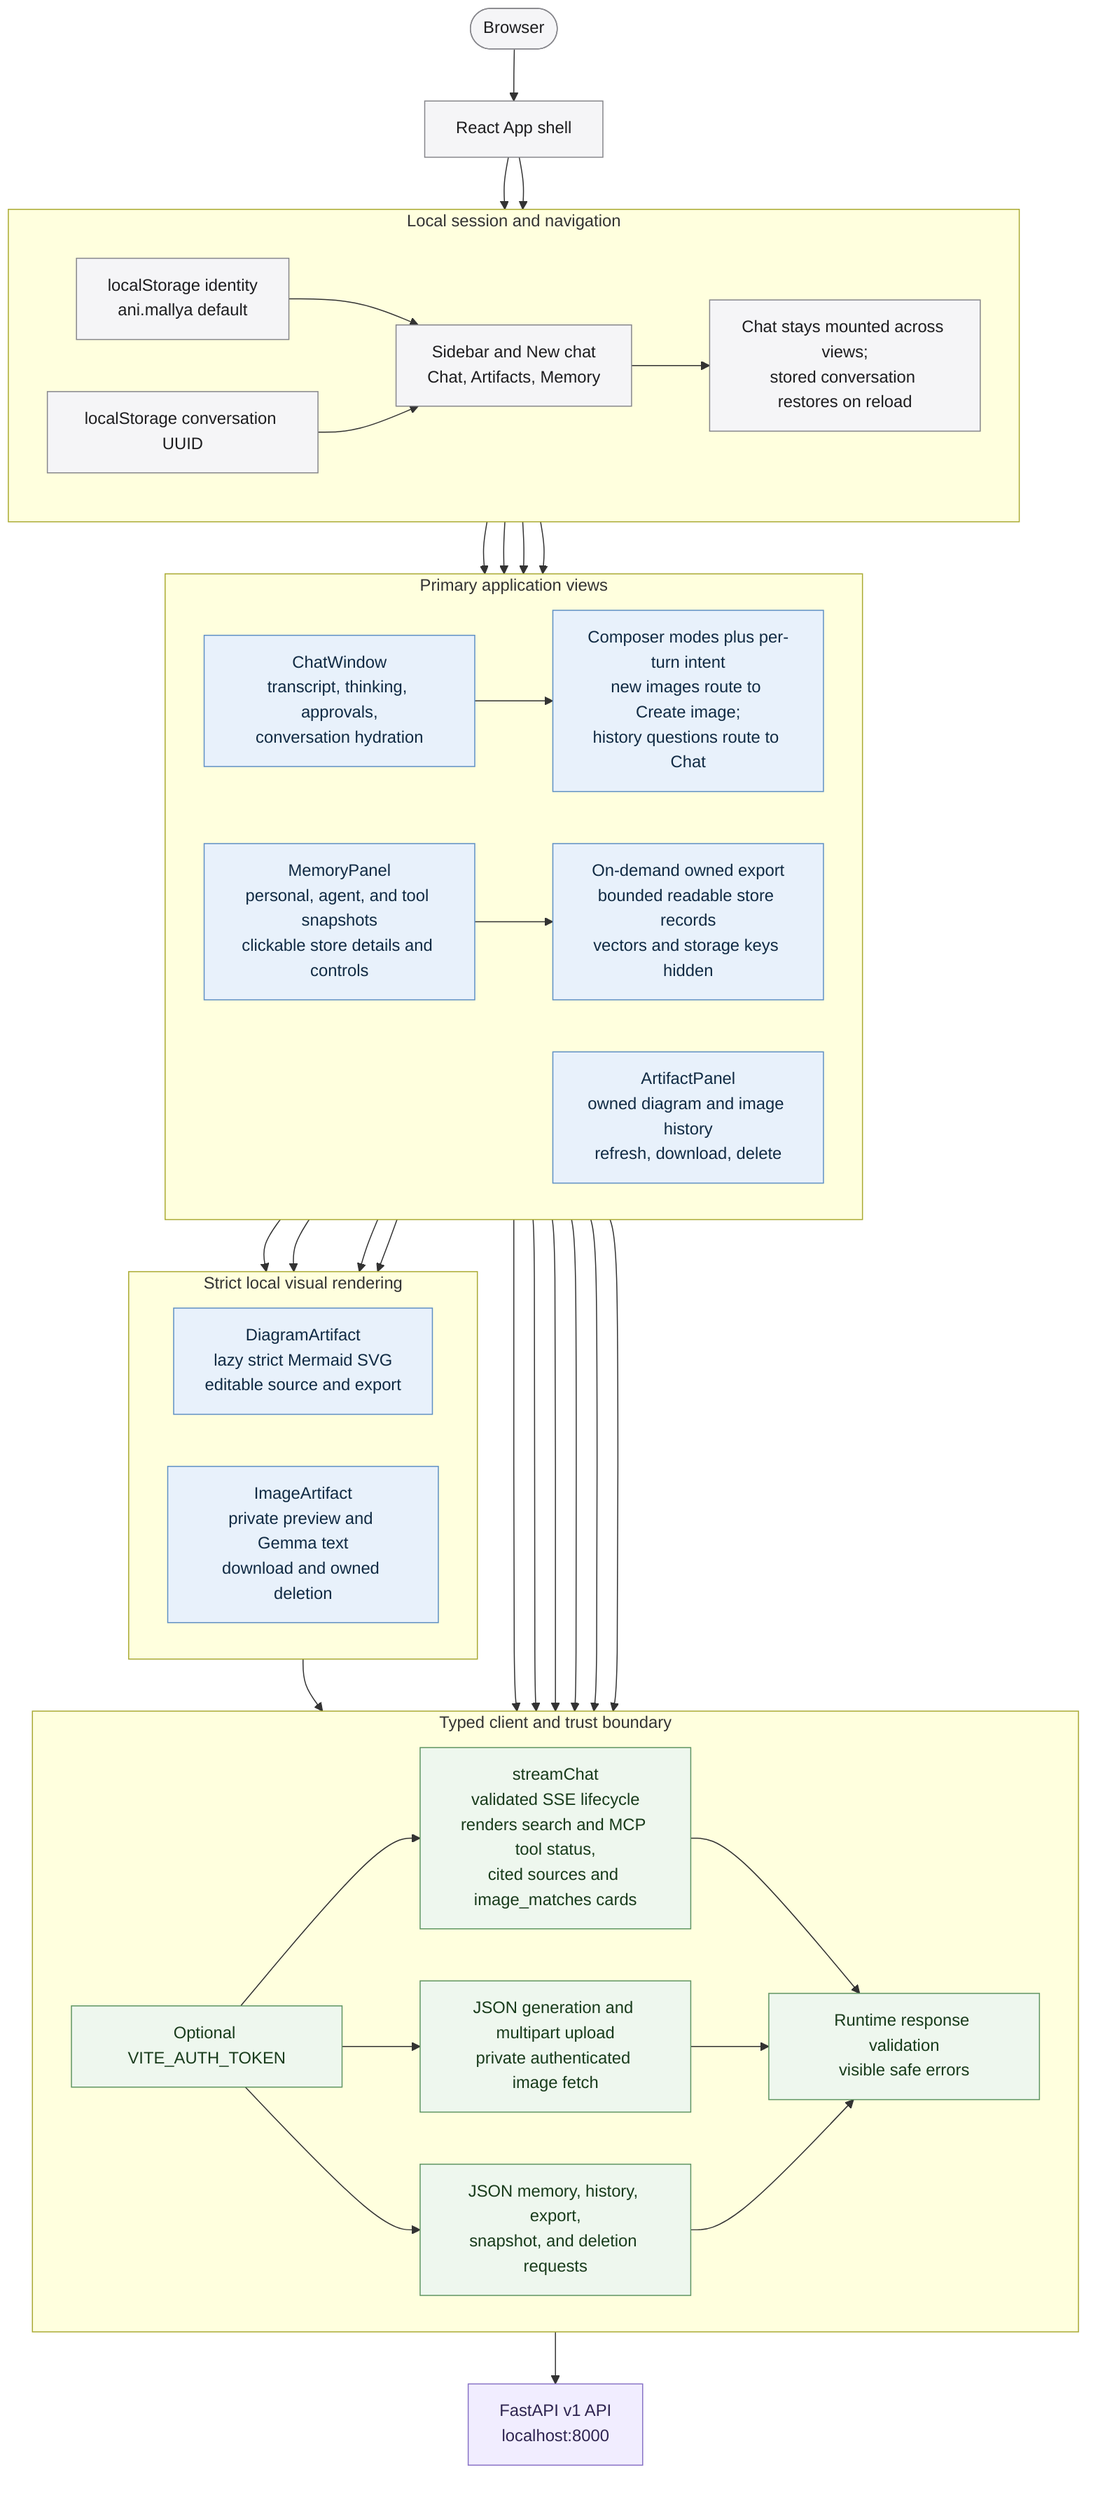
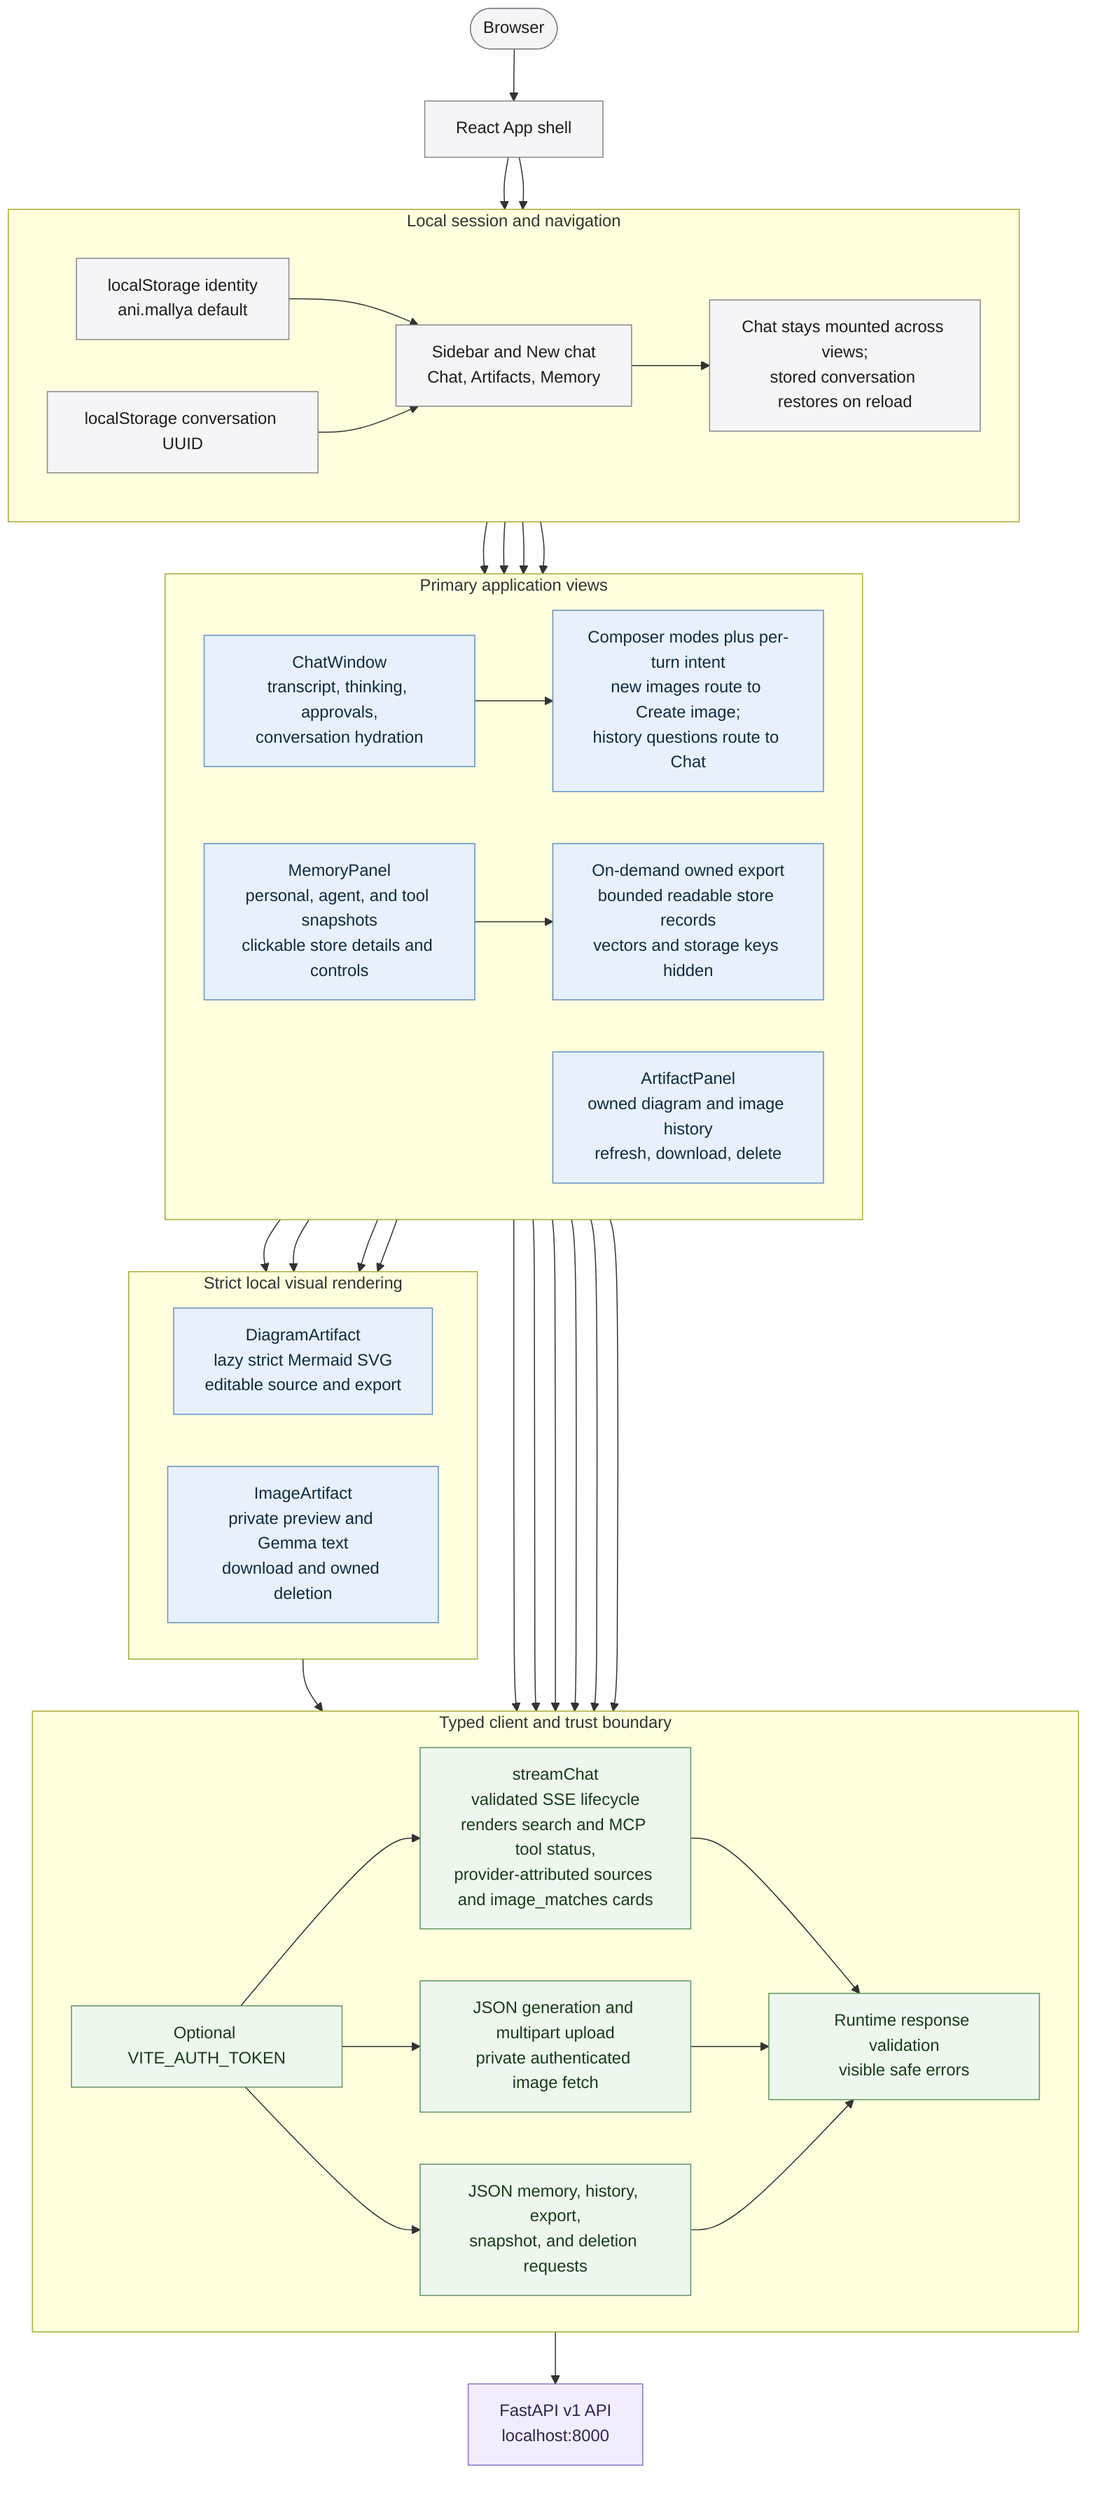
flowchart TB
    Browser([Browser]) --> App[React App shell]

    subgraph Session[Local session and navigation]
        direction LR
        Identity[localStorage identity<br/>ani.mallya default]
        ConversationID[localStorage conversation UUID]
        Navigation[Sidebar and New chat<br/>Chat, Artifacts, Memory]
        Persistence[Chat stays mounted across views;<br/>stored conversation restores on reload]

        Identity --> Navigation
        ConversationID --> Navigation --> Persistence
    end

    App --> Identity
    App --> ConversationID

    subgraph Views[Primary application views]
        direction LR
        ChatView[ChatWindow<br/>transcript, thinking, approvals,<br/>conversation hydration]
        Composer[Composer modes plus per-turn intent<br/>new images route to Create image;<br/>history questions route to Chat]
        ArtifactView[ArtifactPanel<br/>owned diagram and image history<br/>refresh, download, delete]
        MemoryView[MemoryPanel<br/>personal, agent, and tool snapshots<br/>clickable store details and controls]
        MemoryDetails[On-demand owned export<br/>bounded readable store records<br/>vectors and storage keys hidden]

        ChatView --> Composer
        MemoryView --> MemoryDetails
    end

    Navigation --> ChatView
    Navigation --> ArtifactView
    Navigation --> MemoryView
    Persistence --> ChatView

    subgraph Visuals[Strict local visual rendering]
        direction LR
        DiagramCard[DiagramArtifact<br/>lazy strict Mermaid SVG<br/>editable source and export]
        ImageCard[ImageArtifact<br/>private preview and Gemma text<br/>download and owned deletion]
    end

    ChatView --> DiagramCard
    ChatView --> ImageCard
    ArtifactView --> DiagramCard
    ArtifactView --> ImageCard

    subgraph Client[Typed client and trust boundary]
        direction LR
-         ChatClient[streamChat<br/>validated SSE lifecycle<br/>renders search and MCP tool status,<br/>cited sources and image_matches cards]
+         ChatClient[streamChat<br/>validated SSE lifecycle<br/>renders search and MCP tool status,<br/>provider-attributed sources and image_matches cards]
        VisualClient[JSON generation and multipart upload<br/>private authenticated image fetch]
        DataClient[JSON memory, history, export,<br/>snapshot, and deletion requests]
        Validation[Runtime response validation<br/>visible safe errors]
        Auth[Optional VITE_AUTH_TOKEN]

        ChatClient --> Validation
        VisualClient --> Validation
        DataClient --> Validation
        Auth --> ChatClient
        Auth --> VisualClient
        Auth --> DataClient
    end

    Composer --> ChatClient
    Composer --> VisualClient
    ImageCard --> VisualClient
    ChatView --> DataClient
    ArtifactView --> DataClient
    MemoryView --> DataClient
    MemoryDetails --> DataClient

    Backend[FastAPI v1 API<br/>localhost:8000]
    Validation --> Backend

    classDef shell fill:#f5f5f7,stroke:#86868b,color:#1d1d1f;
    classDef component fill:#e8f1fb,stroke:#5e8fc4,color:#102a43;
    classDef boundary fill:#eef7ee,stroke:#5f9562,color:#183b1b;
    classDef external fill:#f1edff,stroke:#8872c6,color:#2e2450;
    class Browser,App,Identity,ConversationID,Navigation,Persistence shell;
    class ChatView,Composer,ArtifactView,MemoryView,MemoryDetails,DiagramCard,ImageCard component;
    class ChatClient,VisualClient,DataClient,Validation,Auth boundary;
    class Backend external;
